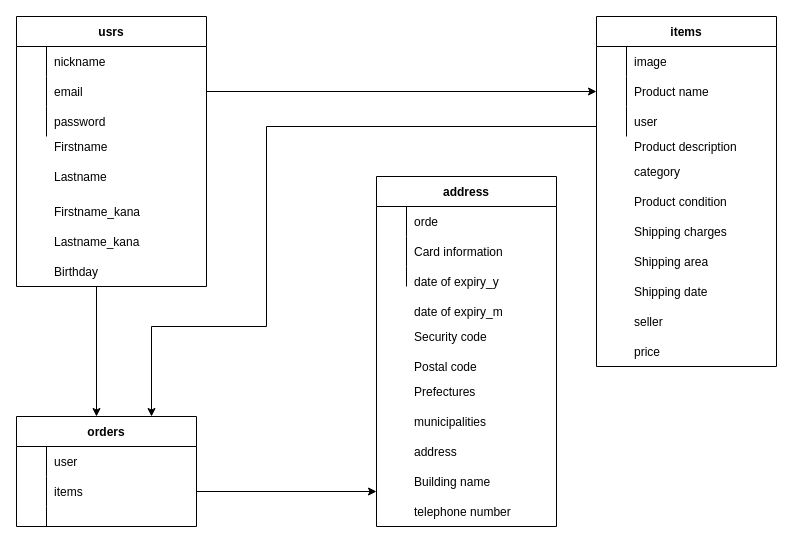
This is test.dio from sol3enjineer/furima-34963, a draw.io file, before an edit. Source tidied: cells renumbered, new cells numbered last; positions are measured from the earlier drawing's top-left corner, leaving out a move shared by most shapes. Both pictures are drawn from the tidied source at 100%, with x=0, y=0 at pixel (16, 16).
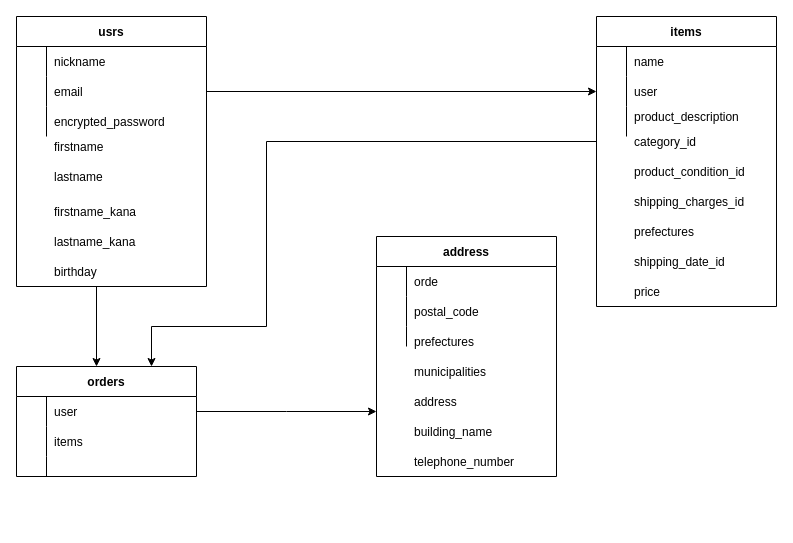
The same diagram, later.

Unchanged cells that the change refers to:
```xml
<mxCell id="7" style="shape=partialRectangle;fillColor=none;top=0;left=0;bottom=0;right=0;points=[[0,0.5],[1,0.5]];portConstraint=eastwest;" parent="3" vertex="1">
  <mxGeometry y="60" width="190" height="30" as="geometry" />
</mxCell>
<mxCell id="10" style="shape=partialRectangle;fillColor=none;top=0;left=0;bottom=0;right=0;" parent="3" vertex="1">
  <mxGeometry y="90" width="190" height="30" as="geometry" />
</mxCell>
<mxCell id="14" style="shape=partialRectangle;fillColor=none;top=0;left=0;bottom=0;right=0;" parent="13" vertex="1">
  <mxGeometry y="30" width="180" height="30" as="geometry" />
</mxCell>
<mxCell id="47" style="shape=partialRectangle;fillColor=none;top=0;left=0;bottom=0;right=0;points=[[0,0.5],[1,0.5]];portConstraint=eastwest;" parent="46" vertex="1">
  <mxGeometry y="30" width="180" height="30" as="geometry" />
</mxCell>
<mxCell id="50" style="shape=partialRectangle;fillColor=none;top=0;left=0;bottom=0;right=0;points=[[0,0.5],[1,0.5]];portConstraint=eastwest;" parent="46" vertex="1">
  <mxGeometry y="60" width="180" height="30" as="geometry" />
</mxCell>
```

Diff of the diagram source:
```diff
@@
-    <mxCell id="12" value="password" style="shape=partialRectangle;fillColor=none;top=0;left=0;bottom=0;right=0;align=left;spacingLeft=6;overflow=hidden;" parent="10" vertex="1">
+    <mxCell id="12" value="encrypted_password" style="shape=partialRectangle;fillColor=none;top=0;left=0;bottom=0;right=0;align=left;spacingLeft=6;overflow=hidden;" parent="10" vertex="1">
       <mxGeometry x="30" width="160" height="30" as="geometry" />
     </mxCell>
     <mxCell id="13" value="items" style="shape=table;startSize=30;childLayout=tableLayout;rowLines=0;fontStyle=1;align=center;" parent="1" vertex="1">
-      <mxGeometry x="580" width="180" height="350" as="geometry" />
+      <mxGeometry x="580" width="180" height="290" as="geometry" />
     </mxCell>
@@
-    <mxCell id="16" value="image" style="shape=partialRectangle;fillColor=none;top=0;left=0;bottom=0;right=0;align=left;spacingLeft=6;overflow=hidden;" parent="14" vertex="1">
+    <mxCell id="16" value="name" style="shape=partialRectangle;fillColor=none;top=0;left=0;bottom=0;right=0;align=left;spacingLeft=6;overflow=hidden;" parent="14" vertex="1">
       <mxGeometry x="30" width="150" height="30" as="geometry" />
     </mxCell>
+    <mxCell id="20" style="shape=partialRectangle;fillColor=none;top=0;left=0;bottom=0;right=0;points=[[0,0.5],[1,0.5]];portConstraint=eastwest;" parent="13" vertex="1">
+      <mxGeometry y="60" width="180" height="30" as="geometry" />
+    </mxCell>
+    <mxCell id="21" style="shape=partialRectangle;fillColor=none;top=0;left=0;bottom=0;right=0;overflow=hidden;" parent="20" vertex="1">
+      <mxGeometry width="30" height="30" as="geometry" />
+    </mxCell>
+    <mxCell id="22" value="user" style="shape=partialRectangle;fillColor=none;top=0;left=0;bottom=0;right=0;align=left;spacingLeft=6;overflow=hidden;" parent="20" vertex="1">
+      <mxGeometry x="30" width="150" height="30" as="geometry" />
+    </mxCell>
     <mxCell id="17" style="shape=partialRectangle;fillColor=none;top=0;left=0;bottom=0;right=0;points=[[0,0.5],[1,0.5]];portConstraint=eastwest;" parent="13" vertex="1">
-      <mxGeometry y="60" width="180" height="30" as="geometry" />
+      <mxGeometry y="90" width="180" height="30" as="geometry" />
     </mxCell>
@@
-    <mxCell id="19" value="Product name" style="shape=partialRectangle;fillColor=none;top=0;left=0;bottom=0;right=0;align=left;spacingLeft=6;overflow=hidden;" parent="17" vertex="1">
+    <mxCell id="19" style="shape=partialRectangle;fillColor=none;top=0;left=0;bottom=0;right=0;align=left;spacingLeft=6;overflow=hidden;" parent="17" vertex="1">
       <mxGeometry x="30" width="150" height="30" as="geometry" />
     </mxCell>
-    <mxCell id="20" style="shape=partialRectangle;fillColor=none;top=0;left=0;bottom=0;right=0;points=[[0,0.5],[1,0.5]];portConstraint=eastwest;" parent="13" vertex="1">
-      <mxGeometry y="90" width="180" height="30" as="geometry" />
-    </mxCell>
-    <mxCell id="21" style="shape=partialRectangle;fillColor=none;top=0;left=0;bottom=0;right=0;overflow=hidden;" parent="20" vertex="1">
-      <mxGeometry width="30" height="30" as="geometry" />
-    </mxCell>
-    <mxCell id="22" value="user" style="shape=partialRectangle;fillColor=none;top=0;left=0;bottom=0;right=0;align=left;spacingLeft=6;overflow=hidden;" parent="20" vertex="1">
-      <mxGeometry x="30" width="150" height="30" as="geometry" />
-    </mxCell>
-    <mxCell id="23" style="edgeStyle=orthogonalEdgeStyle;rounded=0;jettySize=auto;html=1;exitX=1;exitY=0.5;exitDx=0;exitDy=0;entryX=0;entryY=0.5;entryDx=0;entryDy=0;" parent="1" edge="1" source="7" target="17">
+    <mxCell id="23" style="edgeStyle=orthogonalEdgeStyle;rounded=0;jettySize=auto;html=1;exitX=1;exitY=0.5;exitDx=0;exitDy=0;entryX=0;entryY=0.5;entryDx=0;entryDy=0;" parent="1" edge="1" source="7" target="20">
       <mxGeometry relative="1" as="geometry" />
     </mxCell>
     <mxCell id="24" style="shape=partialRectangle;fillColor=none;top=0;left=0;bottom=0;right=0;" parent="1" vertex="1">
-      <mxGeometry x="580" y="115" width="180" height="30" as="geometry" />
+      <mxGeometry x="580" y="85" width="180" height="30" as="geometry" />
     </mxCell>
@@
-    <mxCell id="26" value="Product description" style="shape=partialRectangle;fillColor=none;top=0;left=0;bottom=0;right=0;align=left;spacingLeft=6;overflow=hidden;" parent="24" vertex="1">
+    <mxCell id="26" value="product_description" style="shape=partialRectangle;fillColor=none;top=0;left=0;bottom=0;right=0;align=left;spacingLeft=6;overflow=hidden;" parent="24" vertex="1">
       <mxGeometry x="30" width="150" height="30" as="geometry" />
     </mxCell>
     <mxCell id="27" style="edgeStyle=orthogonalEdgeStyle;rounded=0;jettySize=auto;html=1;exitX=0;exitY=0.5;exitDx=0;exitDy=0;entryX=0.75;entryY=0;entryDx=0;entryDy=0;" parent="1" edge="1" source="28" target="46">
       <mxGeometry relative="1" as="geometry">
         <Array as="points">
-          <mxPoint x="580" y="110" />
-          <mxPoint x="250" y="110" />
+          <mxPoint x="250" y="125" />
           <mxPoint x="250" y="310" />
           <mxPoint x="135" y="310" />
         </Array>
       </mxGeometry>
     </mxCell>
     <mxCell id="28" style="shape=partialRectangle;fillColor=none;top=0;left=0;bottom=0;right=0;points=[[0,0.5],[1,0.5]];portConstraint=eastwest;" parent="1" vertex="1">
-      <mxGeometry x="580" y="140" width="180" height="30" as="geometry" />
+      <mxGeometry x="580" y="110" width="180" height="30" as="geometry" />
     </mxCell>
@@
-    <mxCell id="30" value="category" style="shape=partialRectangle;fillColor=none;top=0;left=0;bottom=0;right=0;align=left;spacingLeft=6;overflow=hidden;" parent="28" vertex="1">
+    <mxCell id="30" value="category_id" style="shape=partialRectangle;fillColor=none;top=0;left=0;bottom=0;right=0;align=left;spacingLeft=6;overflow=hidden;" parent="28" vertex="1">
       <mxGeometry x="30" width="150" height="30" as="geometry" />
     </mxCell>
     <mxCell id="31" style="shape=partialRectangle;fillColor=none;top=0;left=0;bottom=0;right=0;" parent="1" vertex="1">
-      <mxGeometry x="580" y="200" width="180" height="30" as="geometry" />
+      <mxGeometry x="580" y="170" width="180" height="30" as="geometry" />
     </mxCell>
@@
-    <mxCell id="33" value="Shipping charges" style="shape=partialRectangle;fillColor=none;top=0;left=0;bottom=0;right=0;align=left;spacingLeft=6;overflow=hidden;" parent="31" vertex="1">
+    <mxCell id="33" value="shipping_charges_id" style="shape=partialRectangle;fillColor=none;top=0;left=0;bottom=0;right=0;align=left;spacingLeft=6;overflow=hidden;" parent="31" vertex="1">
       <mxGeometry x="30" width="150" height="30" as="geometry" />
     </mxCell>
     <mxCell id="34" style="shape=partialRectangle;fillColor=none;top=0;left=0;bottom=0;right=0;" parent="1" vertex="1">
-      <mxGeometry x="580" y="230" width="180" height="30" as="geometry" />
+      <mxGeometry x="580" y="200" width="180" height="30" as="geometry" />
     </mxCell>
@@
-    <mxCell id="36" value="Shipping area" style="shape=partialRectangle;fillColor=none;top=0;left=0;bottom=0;right=0;align=left;spacingLeft=6;overflow=hidden;" parent="34" vertex="1">
+    <mxCell id="36" value="prefectures" style="shape=partialRectangle;fillColor=none;top=0;left=0;bottom=0;right=0;align=left;spacingLeft=6;overflow=hidden;" parent="34" vertex="1">
       <mxGeometry x="30" width="150" height="30" as="geometry" />
     </mxCell>
     <mxCell id="37" style="shape=partialRectangle;fillColor=none;top=0;left=0;bottom=0;right=0;" parent="1" vertex="1">
-      <mxGeometry x="580" y="170" width="180" height="30" as="geometry" />
+      <mxGeometry x="580" y="140" width="180" height="30" as="geometry" />
     </mxCell>
@@
-    <mxCell id="39" value="Product condition" style="shape=partialRectangle;fillColor=none;top=0;left=0;bottom=0;right=0;align=left;spacingLeft=6;overflow=hidden;" parent="37" vertex="1">
+    <mxCell id="39" value="product_condition_id" style="shape=partialRectangle;fillColor=none;top=0;left=0;bottom=0;right=0;align=left;spacingLeft=6;overflow=hidden;" parent="37" vertex="1">
       <mxGeometry x="30" width="150" height="30" as="geometry" />
     </mxCell>
     <mxCell id="40" style="shape=partialRectangle;fillColor=none;top=0;left=0;bottom=0;right=0;" parent="1" vertex="1">
-      <mxGeometry x="580" y="260" width="180" height="30" as="geometry" />
+      <mxGeometry x="580" y="230" width="180" height="30" as="geometry" />
     </mxCell>
@@
-    <mxCell id="42" value="Shipping date" style="shape=partialRectangle;fillColor=none;top=0;left=0;bottom=0;right=0;align=left;spacingLeft=6;overflow=hidden;" parent="40" vertex="1">
+    <mxCell id="42" value="shipping_date_id" style="shape=partialRectangle;fillColor=none;top=0;left=0;bottom=0;right=0;align=left;spacingLeft=6;overflow=hidden;" parent="40" vertex="1">
       <mxGeometry x="30" width="150" height="30" as="geometry" />
     </mxCell>
     <mxCell id="43" style="shape=partialRectangle;fillColor=none;top=0;left=0;bottom=0;right=0;" parent="1" vertex="1">
-      <mxGeometry x="580" y="320" width="180" height="30" as="geometry" />
+      <mxGeometry x="580" y="260" width="180" height="30" as="geometry" />
     </mxCell>
@@
     <mxCell id="46" value="orders" style="shape=table;startSize=30;childLayout=tableLayout;rowLines=0;fontStyle=1;align=center;" parent="1" vertex="1">
-      <mxGeometry y="400" width="180" height="110" as="geometry" />
+      <mxGeometry y="350" width="180" height="110" as="geometry" />
     </mxCell>
@@
     <mxCell id="56" value="address" style="shape=table;startSize=30;childLayout=tableLayout;rowLines=0;fontStyle=1;align=center;" parent="1" vertex="1">
-      <mxGeometry x="360" y="160" width="180" height="350" as="geometry" />
+      <mxGeometry x="360" y="220" width="180" height="240" as="geometry" />
     </mxCell>
@@
-    <mxCell id="66" style="edgeStyle=orthogonalEdgeStyle;rounded=0;jettySize=auto;html=1;exitX=1;exitY=0.5;exitDx=0;exitDy=0;" parent="1" edge="1" source="50">
-      <mxGeometry relative="1" as="geometry">
-        <mxPoint x="360" y="475" as="targetPoint" />
-        <Array as="points">
-          <mxPoint x="360" y="475" />
-        </Array>
-      </mxGeometry>
-    </mxCell>
-    <mxCell id="67" value="Firstname" style="shape=partialRectangle;fillColor=none;top=0;left=0;bottom=0;right=0;align=left;spacingLeft=6;overflow=hidden;" parent="1" vertex="1">
+    <mxCell id="67" value="firstname" style="shape=partialRectangle;fillColor=none;top=0;left=0;bottom=0;right=0;align=left;spacingLeft=6;overflow=hidden;" parent="1" vertex="1">
       <mxGeometry x="30" y="115" width="160" height="30" as="geometry" />
     </mxCell>
-    <mxCell id="68" value="Lastname" style="shape=partialRectangle;fillColor=none;top=0;left=0;bottom=0;right=0;align=left;spacingLeft=6;overflow=hidden;" parent="1" vertex="1">
+    <mxCell id="68" value="lastname" style="shape=partialRectangle;fillColor=none;top=0;left=0;bottom=0;right=0;align=left;spacingLeft=6;overflow=hidden;" parent="1" vertex="1">
       <mxGeometry x="30" y="145" width="160" height="30" as="geometry" />
     </mxCell>
-    <mxCell id="69" value="Lastname_kana" style="shape=partialRectangle;fillColor=none;top=0;left=0;bottom=0;right=0;align=left;spacingLeft=6;overflow=hidden;" parent="1" vertex="1">
+    <mxCell id="69" value="lastname_kana" style="shape=partialRectangle;fillColor=none;top=0;left=0;bottom=0;right=0;align=left;spacingLeft=6;overflow=hidden;" parent="1" vertex="1">
       <mxGeometry x="30" y="210" width="160" height="30" as="geometry" />
     </mxCell>
-    <mxCell id="70" value="Firstname_kana" style="shape=partialRectangle;fillColor=none;top=0;left=0;bottom=0;right=0;align=left;spacingLeft=6;overflow=hidden;" parent="1" vertex="1">
+    <mxCell id="70" value="firstname_kana" style="shape=partialRectangle;fillColor=none;top=0;left=0;bottom=0;right=0;align=left;spacingLeft=6;overflow=hidden;" parent="1" vertex="1">
       <mxGeometry x="30" y="180" width="160" height="30" as="geometry" />
     </mxCell>
-    <mxCell id="71" value="Birthday" style="shape=partialRectangle;fillColor=none;top=0;left=0;bottom=0;right=0;align=left;spacingLeft=6;overflow=hidden;" parent="1" vertex="1">
+    <mxCell id="71" value="birthday" style="shape=partialRectangle;fillColor=none;top=0;left=0;bottom=0;right=0;align=left;spacingLeft=6;overflow=hidden;" parent="1" vertex="1">
       <mxGeometry x="30" y="240" width="160" height="30" as="geometry" />
     </mxCell>
-    <mxCell id="72" style="shape=partialRectangle;fillColor=none;top=0;left=0;bottom=0;right=0;" parent="1" vertex="1">
-      <mxGeometry x="580" y="290" width="180" height="30" as="geometry" />
-    </mxCell>
-    <mxCell id="73" style="shape=partialRectangle;fillColor=none;top=0;left=0;bottom=0;right=0;overflow=hidden;" parent="72" vertex="1">
-      <mxGeometry width="30" height="30" as="geometry" />
-    </mxCell>
-    <mxCell id="74" value="seller" style="shape=partialRectangle;fillColor=none;top=0;left=0;bottom=0;right=0;align=left;spacingLeft=6;overflow=hidden;" parent="72" vertex="1">
-      <mxGeometry x="30" width="150" height="30" as="geometry" />
-    </mxCell>
-    <mxCell id="75" value="Card information" style="shape=partialRectangle;fillColor=none;top=0;left=0;bottom=0;right=0;align=left;spacingLeft=6;overflow=hidden;" parent="1" vertex="1">
-      <mxGeometry x="390" y="220" width="150" height="30" as="geometry" />
-    </mxCell>
-    <mxCell id="76" value="Prefectures" style="shape=partialRectangle;fillColor=none;top=0;left=0;bottom=0;right=0;align=left;spacingLeft=6;overflow=hidden;" parent="1" vertex="1">
-      <mxGeometry x="390" y="360" width="150" height="30" as="geometry" />
+    <mxCell id="76" value="prefectures" style="shape=partialRectangle;fillColor=none;top=0;left=0;bottom=0;right=0;align=left;spacingLeft=6;overflow=hidden;" parent="1" vertex="1">
+      <mxGeometry x="390" y="310" width="150" height="30" as="geometry" />
     </mxCell>
-    <mxCell id="77" value="Security code" style="shape=partialRectangle;fillColor=none;top=0;left=0;bottom=0;right=0;align=left;spacingLeft=6;overflow=hidden;" parent="1" vertex="1">
-      <mxGeometry x="390" y="305" width="150" height="30" as="geometry" />
-    </mxCell>
-    <mxCell id="78" value="Building name  " style="shape=partialRectangle;fillColor=none;top=0;left=0;bottom=0;right=0;align=left;spacingLeft=6;overflow=hidden;" parent="1" vertex="1">
-      <mxGeometry x="390" y="450" width="150" height="30" as="geometry" />
+    <mxCell id="78" value="building_name  " style="shape=partialRectangle;fillColor=none;top=0;left=0;bottom=0;right=0;align=left;spacingLeft=6;overflow=hidden;" parent="1" vertex="1">
+      <mxGeometry x="390" y="400" width="150" height="30" as="geometry" />
     </mxCell>
-    <mxCell id="79" value="date of expiry_y" style="shape=partialRectangle;fillColor=none;top=0;left=0;bottom=0;right=0;align=left;spacingLeft=6;overflow=hidden;" parent="1" vertex="1">
-      <mxGeometry x="390" y="250" width="150" height="30" as="geometry" />
-    </mxCell>
     <mxCell id="80" value="address" style="shape=partialRectangle;fillColor=none;top=0;left=0;bottom=0;right=0;align=left;spacingLeft=6;overflow=hidden;" parent="1" vertex="1">
-      <mxGeometry x="390" y="420" width="150" height="30" as="geometry" />
+      <mxGeometry x="390" y="370" width="150" height="30" as="geometry" />
     </mxCell>
-    <mxCell id="81" value="Postal code" style="shape=partialRectangle;fillColor=none;top=0;left=0;bottom=0;right=0;align=left;spacingLeft=6;overflow=hidden;" parent="1" vertex="1">
-      <mxGeometry x="390" y="335" width="150" height="30" as="geometry" />
+    <mxCell id="81" value="postal_code" style="shape=partialRectangle;fillColor=none;top=0;left=0;bottom=0;right=0;align=left;spacingLeft=6;overflow=hidden;" parent="1" vertex="1">
+      <mxGeometry x="390" y="280" width="150" height="30" as="geometry" />
     </mxCell>
     <mxCell id="82" value="municipalities" style="shape=partialRectangle;fillColor=none;top=0;left=0;bottom=0;right=0;align=left;spacingLeft=6;overflow=hidden;" parent="1" vertex="1">
-      <mxGeometry x="390" y="390" width="150" height="30" as="geometry" />
+      <mxGeometry x="390" y="340" width="150" height="30" as="geometry" />
     </mxCell>
-    <mxCell id="83" value="date of expiry_m" style="shape=partialRectangle;fillColor=none;top=0;left=0;bottom=0;right=0;align=left;spacingLeft=6;overflow=hidden;" parent="1" vertex="1">
-      <mxGeometry x="390" y="280" width="150" height="30" as="geometry" />
-    </mxCell>
-    <mxCell id="84" value="telephone number" style="shape=partialRectangle;fillColor=none;top=0;left=0;bottom=0;right=0;align=left;spacingLeft=6;overflow=hidden;" parent="1" vertex="1">
-      <mxGeometry x="390" y="480" width="150" height="30" as="geometry" />
+    <mxCell id="84" value="telephone_number" style="shape=partialRectangle;fillColor=none;top=0;left=0;bottom=0;right=0;align=left;spacingLeft=6;overflow=hidden;" parent="1" vertex="1">
+      <mxGeometry x="390" y="430" width="150" height="30" as="geometry" />
     </mxCell>
+    <mxCell id="85" style="edgeStyle=orthogonalEdgeStyle;rounded=0;jettySize=auto;html=1;exitX=1;exitY=0.5;exitDx=0;exitDy=0;" parent="1" edge="1" source="47">
+      <mxGeometry relative="1" as="geometry">
+        <mxPoint x="360" y="395" as="targetPoint" />
+      </mxGeometry>
+    </mxCell>
```
